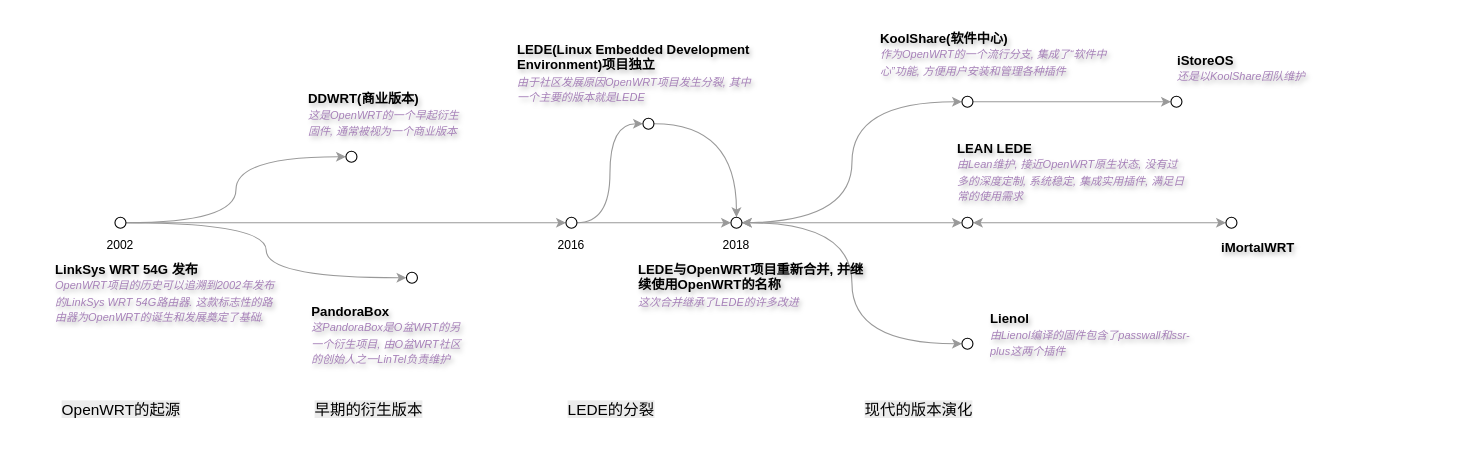
Earlier version of the draw.io diagram page "OpenWrt History" (1 of 6) of openwrt.drawio (quboqin/drawio). Source tidied: cells renumbered, new cells numbered last; positions are measured from the earlier drawing's top-left corner, leaving out a move shared by most shapes. Both pictures are drawn from the tidied source at 110%, with x=0, y=0 at pixel (48, 19).
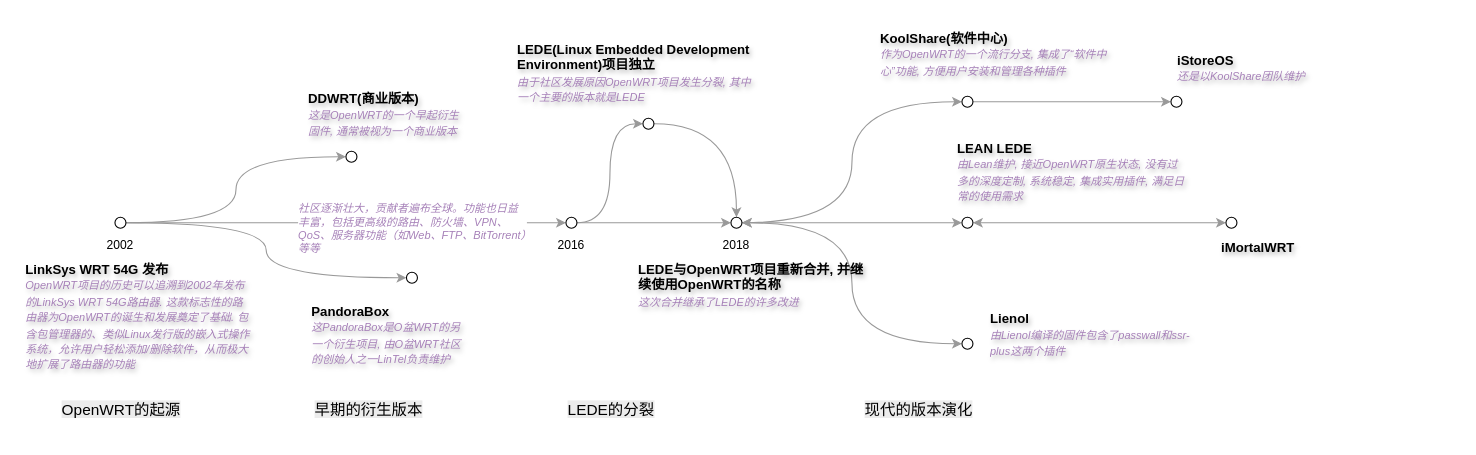
Above is the later version.

The edit, as a diff of the source:
```diff
@@
-    <mxCell id="6" value="&lt;b&gt;LinkSys WRT 54G 发布&lt;/b&gt;&lt;div&gt;&lt;font style=&quot;font-size: 10px;&quot;&gt;&lt;i style=&quot;&quot;&gt;&lt;font style=&quot;color: light-dark(rgb(166, 128, 184), rgb(255, 255, 255));&quot;&gt;OpenWRT项目的历史可以追溯到2002年发布&lt;/font&gt;&lt;/i&gt;&lt;i style=&quot;color: light-dark(rgb(0, 0, 0), rgb(255, 255, 255));&quot;&gt;&lt;font style=&quot;color: light-dark(rgb(166, 128, 184), rgb(255, 255, 255));&quot;&gt;的LinkSys WRT 54G路由器.&amp;nbsp;这款标志性的&lt;/font&gt;&lt;/i&gt;&lt;i style=&quot;color: light-dark(rgb(0, 0, 0), rgb(255, 255, 255));&quot;&gt;&lt;font style=&quot;color: light-dark(rgb(166, 128, 184), rgb(255, 255, 255));&quot;&gt;路由器为OpenWRT的诞生和发展奠定了基础.&lt;/font&gt;&lt;/i&gt;&lt;/font&gt;&lt;/div&gt;" style="text;html=1;overflow=hidden;rounded=0;verticalAlign=top;horizontal=1;labelBackgroundColor=none;textShadow=1;spacingLeft=4;spacingRight=4;spacingTop=4;spacingBottom=4;whiteSpace=wrap;spacing=2;" parent="1" vertex="1">
-      <mxGeometry y="210" width="215" height="80" as="geometry" />
+    <mxCell id="6" value="&lt;b&gt;LinkSys WRT 54G 发布&lt;/b&gt;&lt;div&gt;&lt;font style=&quot;font-size: 10px;&quot;&gt;&lt;i style=&quot;&quot;&gt;&lt;font style=&quot;color: light-dark(rgb(166, 128, 184), rgb(255, 255, 255));&quot;&gt;OpenWRT项目的历史可以追溯到2002年发布&lt;/font&gt;&lt;/i&gt;&lt;i style=&quot;color: light-dark(rgb(0, 0, 0), rgb(255, 255, 255));&quot;&gt;&lt;font style=&quot;color: light-dark(rgb(166, 128, 184), rgb(255, 255, 255));&quot;&gt;的LinkSys WRT 54G路由器.&amp;nbsp;这款标志性的&lt;/font&gt;&lt;/i&gt;&lt;i style=&quot;color: light-dark(rgb(0, 0, 0), rgb(255, 255, 255));&quot;&gt;&lt;font style=&quot;color: light-dark(rgb(166, 128, 184), rgb(255, 255, 255));&quot;&gt;路由器为OpenWRT的诞生和发展奠定了基础.&amp;nbsp;&lt;/font&gt;&lt;/i&gt;&lt;/font&gt;&lt;span style=&quot;background-color: transparent;&quot;&gt;&lt;i style=&quot;&quot;&gt;&lt;font style=&quot;font-size: 10px; color: light-dark(rgb(166, 128, 184), rgb(255, 255, 255));&quot;&gt;包含包管理器的、类似Linux发行版的嵌入式操作系统，允许用户轻松添加/删除软件，从而极大地扩展了路由器的功能&lt;/font&gt;&lt;/i&gt;&lt;/span&gt;&lt;/div&gt;" style="text;html=1;overflow=hidden;rounded=0;verticalAlign=top;horizontal=1;labelBackgroundColor=none;textShadow=1;spacingLeft=4;spacingRight=4;spacingTop=4;spacingBottom=4;whiteSpace=wrap;spacing=2;" parent="1" vertex="1">
+      <mxGeometry x="-27.5" y="210" width="215" height="120" as="geometry" />
     </mxCell>
@@
+    <mxCell id="41" value="社区逐渐壮大，贡献者遍布全球。功能也日益丰富，包括更高级的路由、防火墙、VPN、QoS、服务器功能（如Web、FTP、BitTorrent）等等" style="text;whiteSpace=wrap;html=1;fontFamily=Helvetica;fontSize=10;fontColor=#A680B8;labelBackgroundColor=default;fontStyle=2;" parent="1" vertex="1">
+      <mxGeometry x="225" y="160" width="210" height="50" as="geometry" />
+    </mxCell>
```
